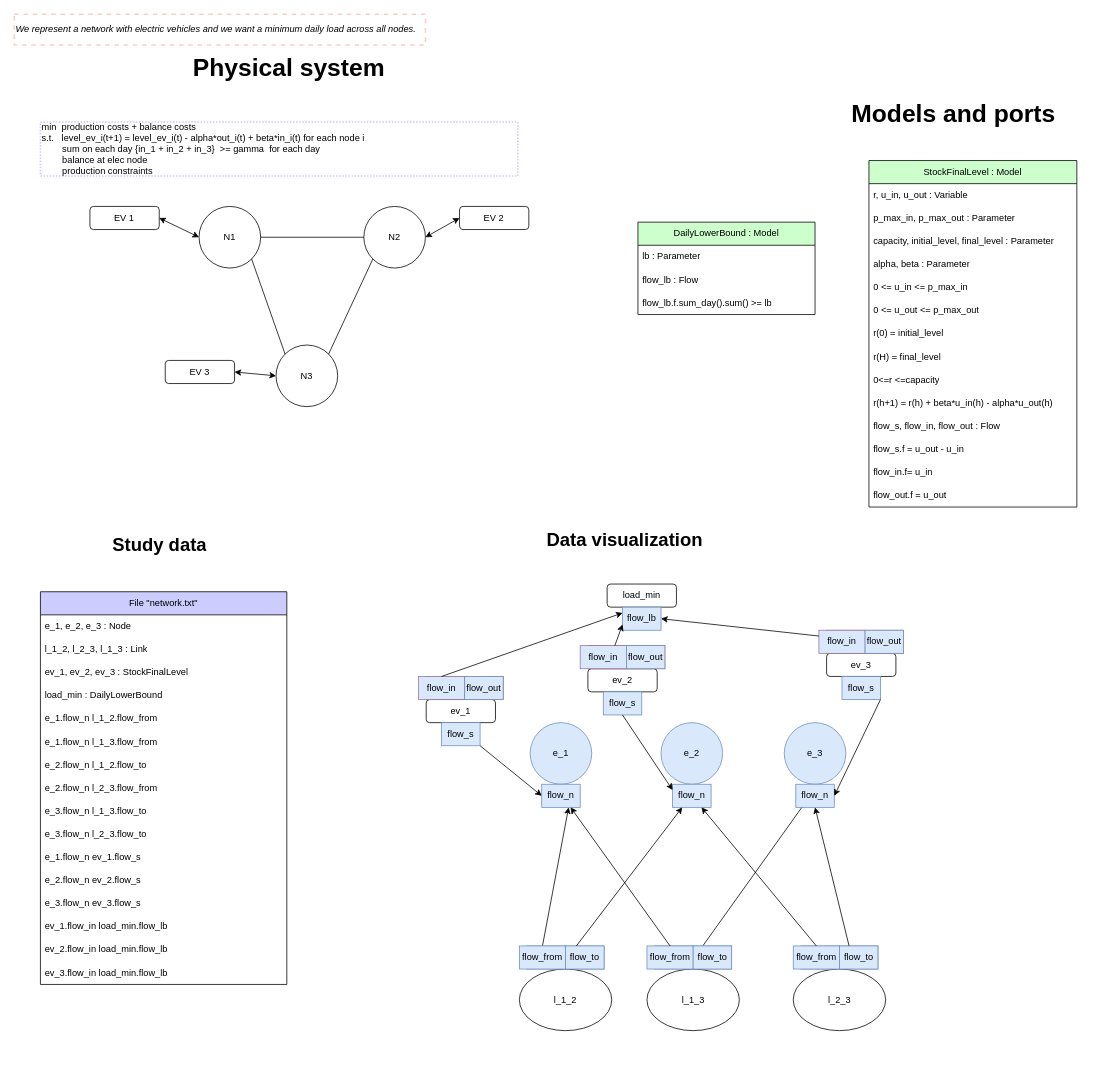
The draw.io diagram models-design/systems/EV_load_min.drawio in AntaresSimulatorTeam/andromede-modeling-prototype, before the edit. Source tidied: cells renumbered, new cells numbered last; positions are measured from the earlier drawing's top-left corner, leaving out a move shared by most shapes. Both pictures are drawn from the tidied source at 77%, with x=0, y=0 at pixel (14, 14).
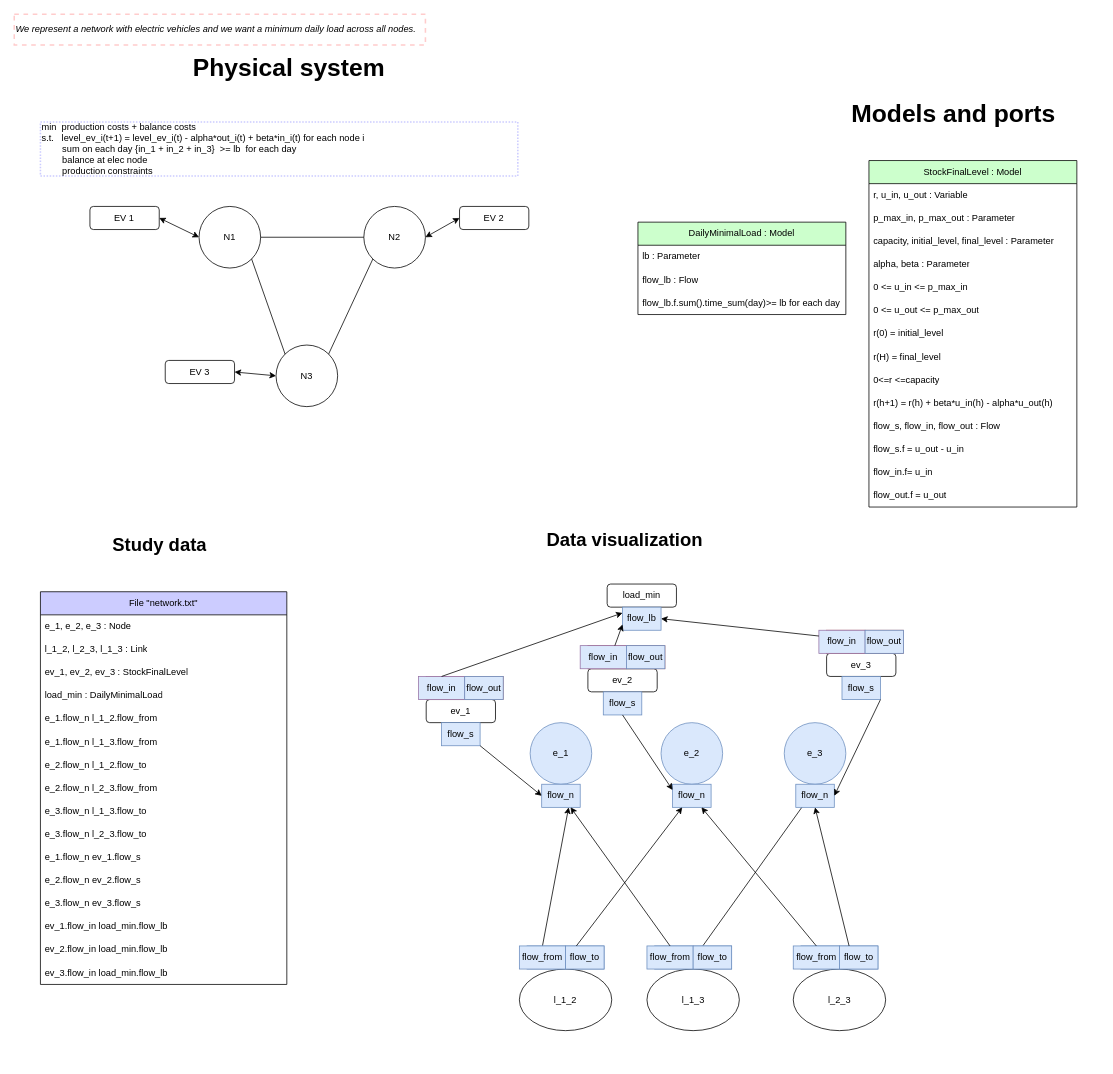
The same diagram, later.

Commit message (it also covers changes not shown here):
Small corrections on names and temporal sums

Unchanged cells that the change refers to:
```xml
<mxCell id="41" value="File &quot;network.txt&quot;" style="swimlane;fontStyle=0;horizontal=1;startSize=30;whiteSpace=wrap;html=1;fillColor=#ccccff;" parent="1" vertex="1">
  <mxGeometry x="34" y="750" width="320" height="510" as="geometry" />
</mxCell>
```

Diff of the diagram source:
```diff
@@
-    <mxCell id="45" value="load_min : DailyLowerBound" style="text;strokeColor=none;fillColor=none;align=left;verticalAlign=middle;spacingLeft=4;spacingRight=4;overflow=hidden;whiteSpace=wrap;html=1;" parent="41" vertex="1">
+    <mxCell id="45" value="load_min : DailyMinimalLoad" style="text;strokeColor=none;fillColor=none;align=left;verticalAlign=middle;spacingLeft=4;spacingRight=4;overflow=hidden;whiteSpace=wrap;html=1;" parent="41" vertex="1">
       <mxGeometry y="120" width="320" height="30" as="geometry" />
     </mxCell>
@@
-    <mxCell id="59" value="min&amp;nbsp;&amp;nbsp;&lt;span style=&quot;&quot;&gt;&lt;/span&gt;production costs + balance costs&lt;br&gt;s.t.&amp;nbsp;&lt;span style=&quot;&quot;&gt;&amp;nbsp; level_ev_i(t+1) = level_ev_i(t) - alpha*out_i(t) + beta*in_i(t) for each node i&lt;br&gt;&lt;span style=&quot;white-space: pre;&quot;&gt;&#9;&lt;/span&gt;sum on each day {in_1 + in_2 + in_3}&amp;nbsp;&amp;nbsp;&amp;gt;= gamma&lt;/span&gt;&amp;nbsp; for each day&lt;br&gt;&lt;span style=&quot;&quot;&gt;&#9;&lt;/span&gt;&lt;span style=&quot;white-space: pre;&quot;&gt;&#9;&lt;/span&gt;balance at elec node&lt;br&gt;&lt;span style=&quot;&quot;&gt;&#9;&lt;/span&gt;&lt;span style=&quot;white-space: pre;&quot;&gt;&#9;&lt;/span&gt;production constraints" style="text;html=1;strokeColor=#CCCCFF;fillColor=none;align=left;verticalAlign=middle;whiteSpace=wrap;rounded=0;dashed=1;dashPattern=1 1;strokeWidth=2;" parent="1" vertex="1">
+    <mxCell id="59" value="min&amp;nbsp;&amp;nbsp;&lt;span style=&quot;&quot;&gt;&lt;/span&gt;production costs + balance costs&lt;br&gt;s.t.&amp;nbsp;&lt;span style=&quot;&quot;&gt;&amp;nbsp; level_ev_i(t+1) = level_ev_i(t) - alpha*out_i(t) + beta*in_i(t) for each node i&lt;br&gt;&lt;span style=&quot;white-space: pre;&quot;&gt;&#9;&lt;/span&gt;sum on each day {in_1 + in_2 + in_3}&amp;nbsp;&amp;nbsp;&amp;gt;= lb&lt;/span&gt;&amp;nbsp; for each day&lt;br&gt;&lt;span style=&quot;&quot;&gt;&#9;&lt;/span&gt;&lt;span style=&quot;white-space: pre;&quot;&gt;&#9;&lt;/span&gt;balance at elec node&lt;br&gt;&lt;span style=&quot;&quot;&gt;&#9;&lt;/span&gt;&lt;span style=&quot;white-space: pre;&quot;&gt;&#9;&lt;/span&gt;production constraints" style="text;html=1;strokeColor=#CCCCFF;fillColor=none;align=left;verticalAlign=middle;whiteSpace=wrap;rounded=0;dashed=1;dashPattern=1 1;strokeWidth=2;" parent="1" vertex="1">
       <mxGeometry x="34" y="140" width="620" height="70" as="geometry" />
     </mxCell>
@@
-    <mxCell id="61" value="DailyLowerBound : Model" style="swimlane;fontStyle=0;horizontal=1;startSize=30;whiteSpace=wrap;html=1;fillColor=#CCFFCC;fontColor=#000000;" parent="1" vertex="1">
-      <mxGeometry x="810" y="270" width="230" height="120" as="geometry" />
+    <mxCell id="61" value="DailyMinimalLoad : Model" style="swimlane;fontStyle=0;horizontal=1;startSize=30;whiteSpace=wrap;html=1;fillColor=#CCFFCC;fontColor=#000000;" parent="1" vertex="1">
+      <mxGeometry x="810" y="270" width="270" height="120" as="geometry" />
     </mxCell>
     <mxCell id="62" value="lb : Parameter" style="text;strokeColor=none;fillColor=none;align=left;verticalAlign=middle;spacingLeft=4;spacingRight=4;overflow=hidden;whiteSpace=wrap;html=1;" parent="61" vertex="1">
-      <mxGeometry y="30" width="230" height="30" as="geometry" />
+      <mxGeometry y="30" width="270" height="30" as="geometry" />
     </mxCell>
     <mxCell id="63" value="flow_lb : Flow" style="text;strokeColor=none;fillColor=none;align=left;verticalAlign=middle;spacingLeft=4;spacingRight=4;overflow=hidden;whiteSpace=wrap;html=1;" parent="61" vertex="1">
-      <mxGeometry y="60" width="230" height="30" as="geometry" />
+      <mxGeometry y="60" width="270" height="30" as="geometry" />
     </mxCell>
-    <mxCell id="64" value="flow_lb.f.sum_day().sum() &amp;gt;= lb" style="text;strokeColor=none;fillColor=none;align=left;verticalAlign=middle;spacingLeft=4;spacingRight=4;overflow=hidden;whiteSpace=wrap;html=1;" parent="61" vertex="1">
-      <mxGeometry y="90" width="230" height="30" as="geometry" />
+    <mxCell id="64" value="flow_lb.f.sum().time_sum(day)&amp;gt;= lb for each day" style="text;strokeColor=none;fillColor=none;align=left;verticalAlign=middle;spacingLeft=4;spacingRight=4;overflow=hidden;whiteSpace=wrap;html=1;" parent="61" vertex="1">
+      <mxGeometry y="90" width="270" height="30" as="geometry" />
     </mxCell>
```
